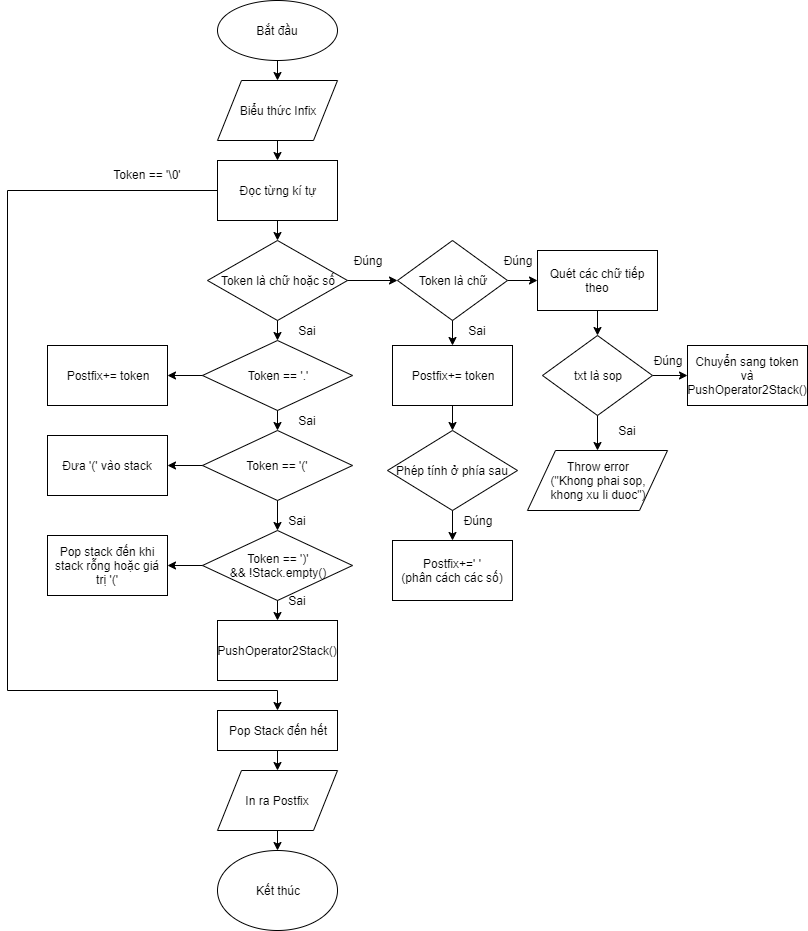
Earlier version of the draw.io export PostfixConvert.png (nguyenvandai61/CalcPostfixPrefixExpression). Source tidied: cells renumbered, new cells last; positions are measured from the earlier drawing's top-left corner, leaving out a move shared by most shapes. Its diagram source:
```xml
<mxGraphModel background="#ffffff">
  <root>
    <mxCell id="0" />
    <mxCell id="1" parent="0" />
    <mxCell id="2" value="Bắt đầu" style="ellipse;whiteSpace=wrap;html=1;" parent="1" vertex="1">
      <mxGeometry x="210" width="120" height="60" as="geometry" />
    </mxCell>
    <mxCell id="3" value="Biểu thức Infix" style="shape=parallelogram;perimeter=parallelogramPerimeter;whiteSpace=wrap;html=1;" parent="1" vertex="1">
      <mxGeometry x="210" y="80" width="120" height="60" as="geometry" />
    </mxCell>
    <mxCell id="4" style="edgeStyle=orthogonalEdgeStyle;rounded=0;jettySize=auto;html=1;exitX=0;exitY=0.5;exitDx=0;exitDy=0;entryX=0.5;entryY=0;entryDx=0;entryDy=0;" parent="1" edge="1" source="5" target="48">
      <mxGeometry relative="1" as="geometry">
        <Array as="points">
          <mxPoint y="190" />
          <mxPoint y="690" />
          <mxPoint x="270" y="690" />
        </Array>
      </mxGeometry>
    </mxCell>
    <mxCell id="5" value="Đọc từng kí tự" style="rounded=0;whiteSpace=wrap;html=1;" parent="1" vertex="1">
      <mxGeometry x="210" y="160" width="120" height="60" as="geometry" />
    </mxCell>
    <mxCell id="6" value="Token là chữ hoặc số" style="rhombus;whiteSpace=wrap;html=1;" parent="1" vertex="1">
      <mxGeometry x="200" y="240" width="140" height="80" as="geometry" />
    </mxCell>
    <mxCell id="7" style="endArrow=classic;html=1;" parent="1" edge="1" source="6" target="31">
      <mxGeometry relative="1" as="geometry" />
    </mxCell>
    <mxCell id="8" value="Đúng" style="text;html=1;strokeColor=none;fillColor=none;align=center;verticalAlign=middle;whiteSpace=wrap;rounded=0;" parent="1" vertex="1">
      <mxGeometry x="340" y="250" width="40" height="20" as="geometry" />
    </mxCell>
    <mxCell id="9" style="endArrow=classic;html=1;exitX=0.5;exitY=1;exitDx=0;exitDy=0;entryX=0.5;entryY=0;entryDx=0;entryDy=0;" parent="1" edge="1" source="6" target="11">
      <mxGeometry relative="1" as="geometry" />
    </mxCell>
    <mxCell id="10" value="Sai" style="text;html=1;strokeColor=none;fillColor=none;align=center;verticalAlign=middle;whiteSpace=wrap;rounded=0;" parent="1" vertex="1">
      <mxGeometry x="280" y="320" width="40" height="20" as="geometry" />
    </mxCell>
    <mxCell id="11" value="Token == '.'" style="rhombus;whiteSpace=wrap;html=1;" parent="1" vertex="1">
      <mxGeometry x="195" y="340" width="150" height="70" as="geometry" />
    </mxCell>
    <mxCell id="12" value="Token == '('" style="rhombus;whiteSpace=wrap;html=1;" parent="1" vertex="1">
      <mxGeometry x="195" y="430" width="150" height="70" as="geometry" />
    </mxCell>
    <mxCell id="13" value="Token == ')'&lt;br&gt;&amp;amp;&amp;amp; !Stack.empty()" style="rhombus;whiteSpace=wrap;html=1;" parent="1" vertex="1">
      <mxGeometry x="195" y="530" width="150" height="70" as="geometry" />
    </mxCell>
    <mxCell id="14" value="PushOperator2Stack()" style="rounded=0;whiteSpace=wrap;html=1;" parent="1" vertex="1">
      <mxGeometry x="210" y="620" width="120" height="60" as="geometry" />
    </mxCell>
    <mxCell id="15" style="endArrow=classic;html=1;exitX=0.5;exitY=1;exitDx=0;exitDy=0;" parent="1" edge="1" source="11" target="12">
      <mxGeometry relative="1" as="geometry" />
    </mxCell>
    <mxCell id="16" style="endArrow=classic;html=1;exitX=0.5;exitY=1;exitDx=0;exitDy=0;entryX=0.5;entryY=0;entryDx=0;entryDy=0;" parent="1" edge="1" source="12" target="13">
      <mxGeometry relative="1" as="geometry" />
    </mxCell>
    <mxCell id="17" value="Sai" style="text;html=1;strokeColor=none;fillColor=none;align=center;verticalAlign=middle;whiteSpace=wrap;rounded=0;" parent="1" vertex="1">
      <mxGeometry x="280" y="410" width="40" height="20" as="geometry" />
    </mxCell>
    <mxCell id="18" value="Sai" style="text;html=1;strokeColor=none;fillColor=none;align=center;verticalAlign=middle;whiteSpace=wrap;rounded=0;" parent="1" vertex="1">
      <mxGeometry x="270" y="510" width="40" height="20" as="geometry" />
    </mxCell>
    <mxCell id="19" value="Sai" style="text;html=1;strokeColor=none;fillColor=none;align=center;verticalAlign=middle;whiteSpace=wrap;rounded=0;" parent="1" vertex="1">
      <mxGeometry x="270" y="590" width="40" height="20" as="geometry" />
    </mxCell>
    <mxCell id="20" style="endArrow=classic;html=1;exitX=0.5;exitY=1;exitDx=0;exitDy=0;" parent="1" edge="1" source="13" target="14">
      <mxGeometry relative="1" as="geometry" />
    </mxCell>
    <mxCell id="21" style="endArrow=classic;html=1;exitX=0.5;exitY=1;exitDx=0;exitDy=0;" parent="1" edge="1" source="5" target="6">
      <mxGeometry relative="1" as="geometry" />
    </mxCell>
    <mxCell id="22" style="endArrow=classic;html=1;" parent="1" edge="1" source="3" target="5">
      <mxGeometry relative="1" as="geometry" />
    </mxCell>
    <mxCell id="23" style="endArrow=classic;html=1;exitX=0.5;exitY=1;exitDx=0;exitDy=0;" parent="1" edge="1" source="2" target="3">
      <mxGeometry relative="1" as="geometry" />
    </mxCell>
    <mxCell id="24" style="endArrow=classic;html=1;exitX=0;exitY=0.5;exitDx=0;exitDy=0;" parent="1" edge="1" source="11" target="25">
      <mxGeometry relative="1" as="geometry" />
    </mxCell>
    <mxCell id="25" value="Postfix+= token" style="rounded=0;whiteSpace=wrap;html=1;" parent="1" vertex="1">
      <mxGeometry x="40" y="345" width="120" height="60" as="geometry" />
    </mxCell>
    <mxCell id="26" style="endArrow=classic;html=1;exitX=0;exitY=0.5;exitDx=0;exitDy=0;entryX=1;entryY=0.5;entryDx=0;entryDy=0;" parent="1" edge="1" source="12" target="27">
      <mxGeometry relative="1" as="geometry" />
    </mxCell>
    <mxCell id="27" value="Đưa '(' vào stack" style="rounded=0;whiteSpace=wrap;html=1;" parent="1" vertex="1">
      <mxGeometry x="40" y="435" width="120" height="60" as="geometry" />
    </mxCell>
    <mxCell id="28" value="Pop stack đến khi stack rỗng hoặc giá trị '('" style="rounded=0;whiteSpace=wrap;html=1;" parent="1" vertex="1">
      <mxGeometry x="40" y="535" width="120" height="60" as="geometry" />
    </mxCell>
    <mxCell id="29" style="endArrow=classic;html=1;exitX=0;exitY=0.5;exitDx=0;exitDy=0;entryX=1;entryY=0.5;entryDx=0;entryDy=0;" parent="1" edge="1" source="13" target="28">
      <mxGeometry relative="1" as="geometry" />
    </mxCell>
    <mxCell id="30" style="edgeStyle=orthogonalEdgeStyle;rounded=0;jettySize=auto;html=1;" parent="1" edge="1" source="31" target="34">
      <mxGeometry relative="1" as="geometry" />
    </mxCell>
    <mxCell id="31" value="Token là chữ" style="rhombus;whiteSpace=wrap;html=1;" parent="1" vertex="1">
      <mxGeometry x="390" y="240" width="110" height="80" as="geometry" />
    </mxCell>
    <mxCell id="32" style="endArrow=classic;html=1;exitX=0.5;exitY=1;exitDx=0;exitDy=0;entryX=0.5;entryY=0;entryDx=0;entryDy=0;" parent="1" edge="1" source="31" target="42">
      <mxGeometry relative="1" as="geometry" />
    </mxCell>
    <mxCell id="33" style="edgeStyle=orthogonalEdgeStyle;rounded=0;jettySize=auto;html=1;" parent="1" edge="1" source="34" target="38">
      <mxGeometry relative="1" as="geometry" />
    </mxCell>
    <mxCell id="34" value="Quét các chữ tiếp theo" style="rounded=0;whiteSpace=wrap;html=1;" parent="1" vertex="1">
      <mxGeometry x="530" y="250" width="120" height="60" as="geometry" />
    </mxCell>
    <mxCell id="35" value="Đúng" style="text;html=1;strokeColor=none;fillColor=none;align=center;verticalAlign=middle;whiteSpace=wrap;rounded=0;" parent="1" vertex="1">
      <mxGeometry x="490" y="250" width="40" height="20" as="geometry" />
    </mxCell>
    <mxCell id="36" value="Sai" style="text;html=1;strokeColor=none;fillColor=none;align=center;verticalAlign=middle;whiteSpace=wrap;rounded=0;" parent="1" vertex="1">
      <mxGeometry x="450" y="320" width="40" height="20" as="geometry" />
    </mxCell>
    <mxCell id="37" style="edgeStyle=orthogonalEdgeStyle;rounded=0;jettySize=auto;html=1;" parent="1" edge="1" source="38" target="40">
      <mxGeometry relative="1" as="geometry" />
    </mxCell>
    <mxCell id="38" value="txt là sop" style="rhombus;whiteSpace=wrap;html=1;" parent="1" vertex="1">
      <mxGeometry x="535" y="335" width="110" height="80" as="geometry" />
    </mxCell>
    <mxCell id="39" value="Đúng" style="text;html=1;strokeColor=none;fillColor=none;align=center;verticalAlign=middle;whiteSpace=wrap;rounded=0;" parent="1" vertex="1">
      <mxGeometry x="450" y="510" width="40" height="20" as="geometry" />
    </mxCell>
    <mxCell id="40" value="Chuyển sang token&lt;br&gt;và PushOperator2Stack()" style="rounded=0;whiteSpace=wrap;html=1;" parent="1" vertex="1">
      <mxGeometry x="680" y="345" width="120" height="60" as="geometry" />
    </mxCell>
    <mxCell id="41" style="edgeStyle=orthogonalEdgeStyle;rounded=0;jettySize=auto;html=1;" parent="1" edge="1" source="42" target="43">
      <mxGeometry relative="1" as="geometry" />
    </mxCell>
    <mxCell id="42" value="Postfix+= token" style="rounded=0;whiteSpace=wrap;html=1;" parent="1" vertex="1">
      <mxGeometry x="385" y="345" width="120" height="60" as="geometry" />
    </mxCell>
    <mxCell id="43" value="Phép tính ở phía sau" style="rhombus;whiteSpace=wrap;html=1;" parent="1" vertex="1">
      <mxGeometry x="380" y="430" width="130" height="80" as="geometry" />
    </mxCell>
    <mxCell id="44" style="endArrow=classic;html=1;exitX=0.5;exitY=1;exitDx=0;exitDy=0;entryX=0.5;entryY=0;entryDx=0;entryDy=0;" parent="1" edge="1" source="43" target="45">
      <mxGeometry relative="1" as="geometry" />
    </mxCell>
    <mxCell id="45" value="Postfix+=' '&lt;br&gt;(phân cách các số)" style="rounded=0;whiteSpace=wrap;html=1;" parent="1" vertex="1">
      <mxGeometry x="385" y="540" width="120" height="60" as="geometry" />
    </mxCell>
    <mxCell id="46" value="Đúng" style="text;html=1;strokeColor=none;fillColor=none;align=center;verticalAlign=middle;whiteSpace=wrap;rounded=0;" parent="1" vertex="1">
      <mxGeometry x="640" y="350" width="40" height="20" as="geometry" />
    </mxCell>
    <mxCell id="47" value="Token == '\0'" style="text;html=1;strokeColor=none;fillColor=none;align=center;verticalAlign=middle;whiteSpace=wrap;rounded=0;" parent="1" vertex="1">
      <mxGeometry x="100" y="164" width="80" height="20" as="geometry" />
    </mxCell>
    <mxCell id="48" value="Pop Stack đến hết" style="rounded=0;whiteSpace=wrap;html=1;" parent="1" vertex="1">
      <mxGeometry x="210" y="710" width="120" height="40" as="geometry" />
    </mxCell>
    <mxCell id="49" value="In ra Postfix" style="shape=parallelogram;perimeter=parallelogramPerimeter;whiteSpace=wrap;html=1;" parent="1" vertex="1">
      <mxGeometry x="210" y="770" width="120" height="60" as="geometry" />
    </mxCell>
    <mxCell id="50" style="endArrow=classic;html=1;exitX=0.5;exitY=1;exitDx=0;exitDy=0;" parent="1" edge="1" source="48" target="49">
      <mxGeometry relative="1" as="geometry" />
    </mxCell>
    <mxCell id="51" value="Kết thúc" style="ellipse;whiteSpace=wrap;html=1;" parent="1" vertex="1">
      <mxGeometry x="210" y="850" width="120" height="80" as="geometry" />
    </mxCell>
    <mxCell id="52" style="endArrow=classic;html=1;exitX=0.5;exitY=1;exitDx=0;exitDy=0;" parent="1" edge="1" source="49" target="51">
      <mxGeometry relative="1" as="geometry" />
    </mxCell>
    <mxCell id="53" style="endArrow=classic;html=1;exitX=0.5;exitY=1;exitDx=0;exitDy=0;" parent="1" edge="1" source="38">
      <mxGeometry relative="1" as="geometry">
        <mxPoint x="590" y="450" as="targetPoint" />
      </mxGeometry>
    </mxCell>
    <mxCell id="54" value="Throw error&lt;br&gt;(&quot;Khong phai sop, &lt;br&gt;khong xu li duoc&quot;)" style="shape=parallelogram;perimeter=parallelogramPerimeter;whiteSpace=wrap;html=1;" parent="1" vertex="1">
      <mxGeometry x="520" y="450" width="140" height="60" as="geometry" />
    </mxCell>
    <mxCell id="55" value="Sai" style="text;html=1;strokeColor=none;fillColor=none;align=center;verticalAlign=middle;whiteSpace=wrap;rounded=0;" parent="1" vertex="1">
      <mxGeometry x="600" y="420" width="40" height="20" as="geometry" />
    </mxCell>
  </root>
</mxGraphModel>
```
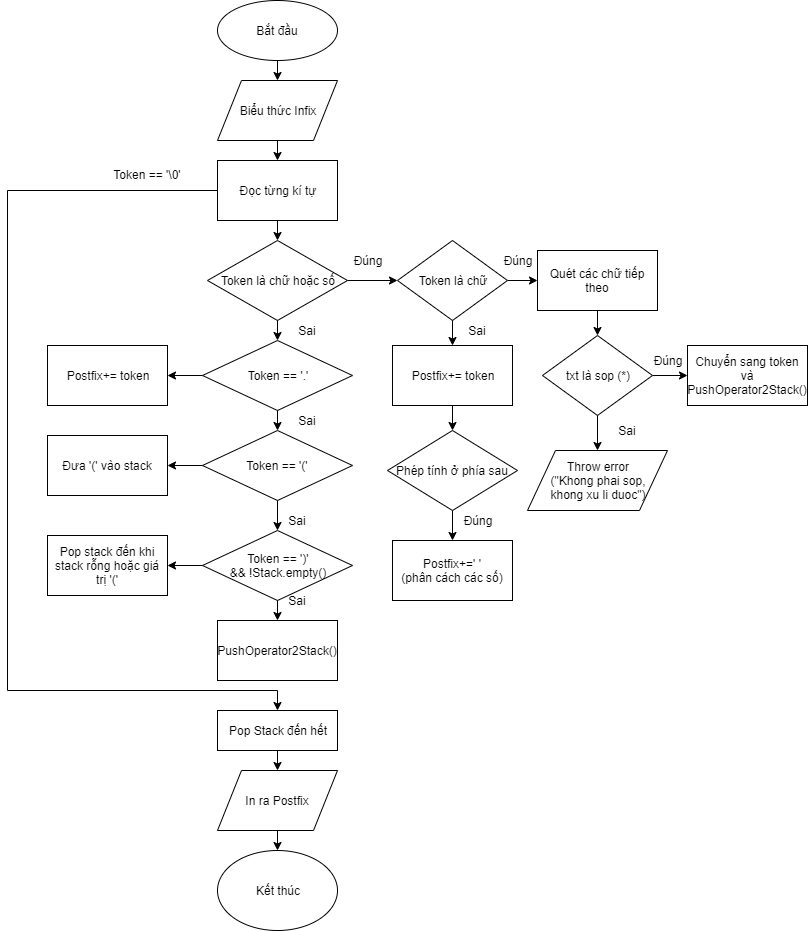
After the change.

Change to the diagram source:
```diff
@@ -116,7 +116,7 @@
     <mxCell id="37" style="edgeStyle=orthogonalEdgeStyle;rounded=0;jettySize=auto;html=1;" parent="1" edge="1" source="38" target="40">
       <mxGeometry relative="1" as="geometry" />
     </mxCell>
-    <mxCell id="38" value="txt là sop" style="rhombus;whiteSpace=wrap;html=1;" parent="1" vertex="1">
+    <mxCell id="38" value="txt là sop (*)" style="rhombus;whiteSpace=wrap;html=1;" parent="1" vertex="1">
       <mxGeometry x="535" y="335" width="110" height="80" as="geometry" />
     </mxCell>
     <mxCell id="39" value="Đúng" style="text;html=1;strokeColor=none;fillColor=none;align=center;verticalAlign=middle;whiteSpace=wrap;rounded=0;" parent="1" vertex="1">
```
